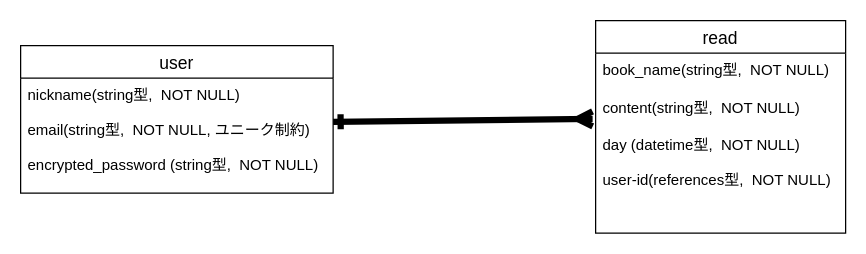
satoukouhei40002/book-task keeps this draw.io diagram as read.dio. Above is the earlier version. Source tidied: cells renumbered, new cells numbered last; positions are measured from the earlier drawing's top-left corner, leaving out a move shared by most shapes. Both pictures are drawn from the tidied source at 125%, with x=0, y=0 at pixel (20, 20).
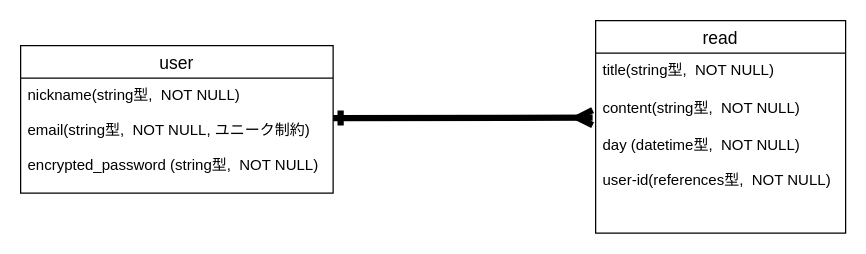
After the change.

The edit, as a diff of the source:
```diff
@@
 <mxGraphModel>
   <root>
     <mxCell id="0" />
     <mxCell id="1" parent="0" />
     <mxCell id="2" value="user" style="swimlane;fontStyle=0;horizontal=1;startSize=26;align=center;fontSize=14;" parent="1" vertex="1">
       <mxGeometry y="20" width="250" height="118" as="geometry" />
     </mxCell>
     <mxCell id="3" value="nickname(string型,  NOT NULL)&#10;&#10;email(string型,  NOT NULL, ユニーク制約)&#10; &#10;encrypted_password (string型,  NOT NULL)&#10;" style="text;strokeColor=none;fillColor=none;spacingLeft=4;spacingRight=4;overflow=hidden;fontSize=12;" parent="2" vertex="1">
       <mxGeometry y="26" width="250" height="92" as="geometry" />
     </mxCell>
     <mxCell id="4" value="read" style="swimlane;fontStyle=0;horizontal=1;startSize=26;align=center;fontSize=14;" parent="1" vertex="1">
       <mxGeometry x="460" width="200" height="170" as="geometry" />
     </mxCell>
-    <mxCell id="5" value="book_name(string型,  NOT NULL)&#10;" style="text;strokeColor=none;fillColor=none;spacingLeft=4;spacingRight=4;overflow=hidden;fontSize=12;" parent="4" vertex="1">
+    <mxCell id="5" value="title(string型,  NOT NULL)&#10;" style="text;strokeColor=none;fillColor=none;spacingLeft=4;spacingRight=4;overflow=hidden;fontSize=12;" parent="4" vertex="1">
       <mxGeometry y="26" width="200" height="30" as="geometry" />
     </mxCell>
     <mxCell id="6" value="content(string型,  NOT NULL)" style="text;strokeColor=none;fillColor=none;spacingLeft=4;spacingRight=4;overflow=hidden;points=[[0,0.5],[1,0.5]];portConstraint=eastwest;fontSize=12;" parent="4" vertex="1">
       <mxGeometry y="56" width="200" height="30" as="geometry" />
     </mxCell>
     <mxCell id="7" value="day (datetime型,  NOT NULL)&#10;&#10;user-id(references型,  NOT NULL)" style="text;strokeColor=none;fillColor=none;spacingLeft=4;spacingRight=4;overflow=hidden;fontSize=12;" parent="4" vertex="1">
       <mxGeometry y="86" width="200" height="84" as="geometry" />
     </mxCell>
-    <mxCell id="8" style="edgeStyle=none;html=1;exitX=1;exitY=0.5;exitDx=0;exitDy=0;entryX=-0.012;entryY=0.753;entryDx=0;entryDy=0;entryPerimeter=0;startArrow=ERone;startFill=0;strokeWidth=5;endArrow=ERmany;endFill=0;" parent="1" edge="1" target="6">
+    <mxCell id="8" style="edgeStyle=none;html=1;entryX=-0.012;entryY=0.753;entryDx=0;entryDy=0;entryPerimeter=0;startArrow=ERone;startFill=0;strokeWidth=5;endArrow=ERmany;endFill=0;" parent="1" edge="1">
       <mxGeometry relative="1" as="geometry">
-        <mxPoint x="250" y="81" as="sourcePoint" />
+        <mxPoint x="250" y="78" as="sourcePoint" />
+        <mxPoint x="457.6" y="77.6" as="targetPoint" />
       </mxGeometry>
     </mxCell>
   </root>
 </mxGraphModel>
```
